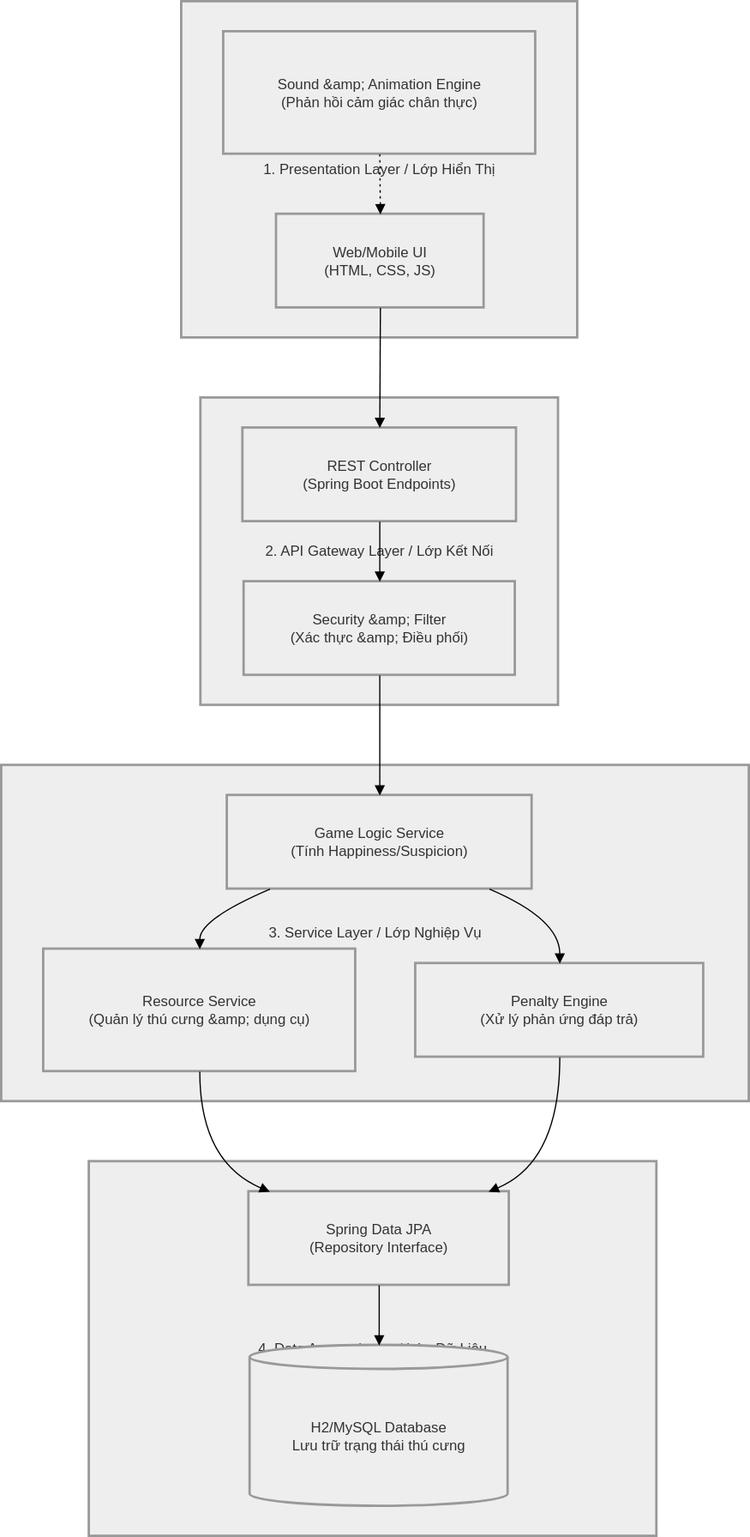
Ngan22130178/NMCongNghePhanMem_Bai2_PhatTrienPhanMem keeps this draw.io diagram as doc/SoDoKienTruc.drawio.svg. Above is the earlier version. Source tidied: cells renumbered, new cells last; positions are measured from the earlier drawing's top-left corner, leaving out a move shared by most shapes.
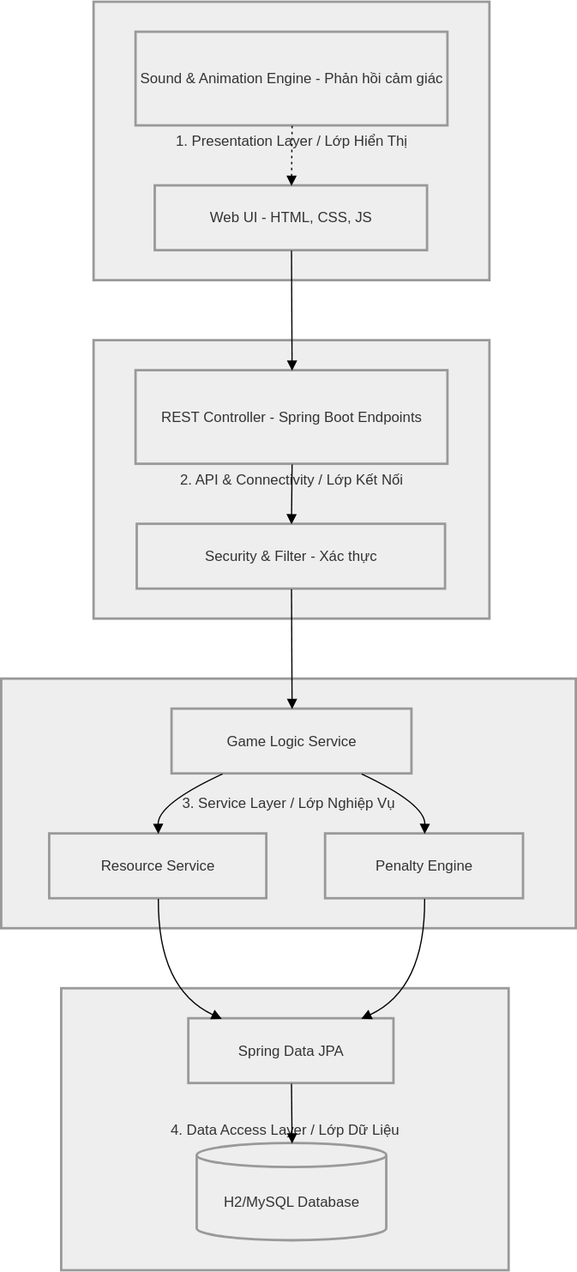
After the change.

Diff of the diagram source:
```diff
@@ -3,86 +3,86 @@
     <mxCell id="0" />
     <mxCell id="1" parent="0" />
     <mxCell id="2" value="4. Data Access Layer / Lớp Dữ Liệu" style="whiteSpace=wrap;strokeWidth=2;fillColor=light-dark(#eeeeee,#1f2020);strokeColor=light-dark(#999999,#cccccc);fontColor=light-dark(#333333,#cccccc);" parent="1" vertex="1">
-      <mxGeometry x="73" y="966" width="473" height="312" as="geometry" />
+      <mxGeometry x="50" y="822" width="373" height="235" as="geometry" />
     </mxCell>
     <mxCell id="3" value="3. Service Layer / Lớp Nghiệp Vụ" style="whiteSpace=wrap;strokeWidth=2;fillColor=light-dark(#eeeeee,#1f2020);strokeColor=light-dark(#999999,#cccccc);fontColor=light-dark(#333333,#cccccc);" parent="1" vertex="1">
-      <mxGeometry y="636" width="623" height="280" as="geometry" />
+      <mxGeometry y="564" width="479" height="208" as="geometry" />
     </mxCell>
-    <mxCell id="4" value="2. API Gateway Layer / Lớp Kết Nối" style="whiteSpace=wrap;strokeWidth=2;fillColor=light-dark(#eeeeee,#1f2020);strokeColor=light-dark(#999999,#cccccc);fontColor=light-dark(#333333,#cccccc);" parent="1" vertex="1">
-      <mxGeometry x="166" y="330" width="298" height="256" as="geometry" />
-    </mxCell>
+    <mxCell id="24" value="2. API &amp; Connectivity / Lớp Kết Nối" style="whiteSpace=wrap;strokeWidth=2;fillColor=light-dark(#eeeeee,#1f2020);strokeColor=light-dark(#999999,#cccccc);fontColor=light-dark(#333333,#cccccc);" parent="1" vertex="1">
+      <mxGeometry x="77" y="282" width="330" height="232" as="geometry" />
+    </mxCell>
     <mxCell id="5" value="1. Presentation Layer / Lớp Hiển Thị" style="whiteSpace=wrap;strokeWidth=2;fillColor=light-dark(#eeeeee,#1f2020);strokeColor=light-dark(#999999,#cccccc);fontColor=light-dark(#333333,#cccccc);" parent="1" vertex="1">
-      <mxGeometry x="150" width="330" height="280" as="geometry" />
+      <mxGeometry x="77" width="330" height="232" as="geometry" />
     </mxCell>
-    <mxCell id="6" value="Web/Mobile UI&#10;(HTML, CSS, JS)" style="whiteSpace=wrap;strokeWidth=2;fillColor=light-dark(#eeeeee,#1f2020);strokeColor=light-dark(#999999,#cccccc);fontColor=light-dark(#333333,#cccccc);" parent="1" vertex="1">
-      <mxGeometry x="229" y="177" width="173" height="78" as="geometry" />
-    </mxCell>
-    <mxCell id="7" value="Sound &amp;amp; Animation Engine&#10;(Phản hồi cảm giác chân thực)" style="whiteSpace=wrap;strokeWidth=2;fillColor=light-dark(#eeeeee,#1f2020);strokeColor=light-dark(#999999,#cccccc);fontColor=light-dark(#333333,#cccccc);" parent="1" vertex="1">
-      <mxGeometry x="185" y="25" width="260" height="102" as="geometry" />
-    </mxCell>
-    <mxCell id="8" value="REST Controller&#10;(Spring Boot Endpoints)" style="whiteSpace=wrap;strokeWidth=2;fillColor=light-dark(#eeeeee,#1f2020);strokeColor=light-dark(#999999,#cccccc);fontColor=light-dark(#333333,#cccccc);" parent="1" vertex="1">
-      <mxGeometry x="201" y="355" width="228" height="78" as="geometry" />
-    </mxCell>
-    <mxCell id="9" value="Security &amp;amp; Filter&#10;(Xác thực &amp;amp; Điều phối)" style="whiteSpace=wrap;strokeWidth=2;fillColor=light-dark(#eeeeee,#1f2020);strokeColor=light-dark(#999999,#cccccc);fontColor=light-dark(#333333,#cccccc);" parent="1" vertex="1">
-      <mxGeometry x="202" y="483" width="226" height="78" as="geometry" />
-    </mxCell>
-    <mxCell id="10" value="Game Logic Service&#10;(Tính Happiness/Suspicion)" style="whiteSpace=wrap;strokeWidth=2;fillColor=light-dark(#eeeeee,#1f2020);strokeColor=light-dark(#999999,#cccccc);fontColor=light-dark(#333333,#cccccc);" parent="1" vertex="1">
-      <mxGeometry x="188" y="661" width="254" height="78" as="geometry" />
-    </mxCell>
-    <mxCell id="11" value="Penalty Engine&#10;(Xử lý phản ứng đáp trả)" style="whiteSpace=wrap;strokeWidth=2;fillColor=light-dark(#eeeeee,#1f2020);strokeColor=light-dark(#999999,#cccccc);fontColor=light-dark(#333333,#cccccc);" parent="1" vertex="1">
-      <mxGeometry x="345" y="801" width="240" height="78" as="geometry" />
-    </mxCell>
-    <mxCell id="12" value="Resource Service&#10;(Quản lý thú cưng &amp;amp; dụng cụ)" style="whiteSpace=wrap;strokeWidth=2;fillColor=light-dark(#eeeeee,#1f2020);strokeColor=light-dark(#999999,#cccccc);fontColor=light-dark(#333333,#cccccc);" parent="1" vertex="1">
-      <mxGeometry x="35" y="789" width="260" height="102" as="geometry" />
-    </mxCell>
-    <mxCell id="13" value="Spring Data JPA&#10;(Repository Interface)" style="whiteSpace=wrap;strokeWidth=2;fillColor=light-dark(#eeeeee,#1f2020);strokeColor=light-dark(#999999,#cccccc);fontColor=light-dark(#333333,#cccccc);" parent="1" vertex="1">
-      <mxGeometry x="206" y="991" width="217" height="78" as="geometry" />
-    </mxCell>
-    <mxCell id="14" value="H2/MySQL Database&#10;Lưu trữ trạng thái thú cưng" style="shape=cylinder3;boundedLbl=1;backgroundOutline=1;size=10;strokeWidth=2;whiteSpace=wrap;fillColor=light-dark(#eeeeee,#1f2020);strokeColor=light-dark(#999999,#cccccc);fontColor=light-dark(#333333,#cccccc);" parent="1" vertex="1">
-      <mxGeometry x="207" y="1119" width="215" height="134" as="geometry" />
-    </mxCell>
-    <mxCell id="15" style="curved=1;startArrow=none;endArrow=block;exitX=0.5;exitY=1;entryX=0.5;entryY=0;rounded=0;" parent="1" edge="1" source="6" target="8">
-      <mxGeometry relative="1" as="geometry" />
-    </mxCell>
-    <mxCell id="16" style="curved=1;dashed=1;dashPattern=2 3;startArrow=none;endArrow=block;exitX=0.5;exitY=1;entryX=0.5;entryY=0;rounded=0;" parent="1" edge="1" source="7" target="6">
-      <mxGeometry relative="1" as="geometry" />
-    </mxCell>
-    <mxCell id="17" style="curved=1;startArrow=none;endArrow=block;exitX=0.5;exitY=1;entryX=0.5;entryY=0;rounded=0;" parent="1" edge="1" source="8" target="9">
-      <mxGeometry relative="1" as="geometry" />
-    </mxCell>
-    <mxCell id="18" style="curved=1;startArrow=none;endArrow=block;exitX=0.5;exitY=1;entryX=0.5;entryY=0;rounded=0;" parent="1" edge="1" source="9" target="10">
-      <mxGeometry relative="1" as="geometry" />
-    </mxCell>
-    <mxCell id="19" style="curved=1;startArrow=none;endArrow=block;exitX=0.14;exitY=1;entryX=0.5;entryY=0;rounded=0;" parent="1" edge="1" source="10" target="12">
-      <mxGeometry relative="1" as="geometry">
-        <Array as="points">
-          <mxPoint x="165" y="764" />
-        </Array>
-      </mxGeometry>
-    </mxCell>
-    <mxCell id="20" style="curved=1;startArrow=none;endArrow=block;exitX=0.86;exitY=1;entryX=0.5;entryY=0;rounded=0;" parent="1" edge="1" source="10" target="11">
-      <mxGeometry relative="1" as="geometry">
-        <Array as="points">
-          <mxPoint x="465" y="764" />
-        </Array>
-      </mxGeometry>
-    </mxCell>
-    <mxCell id="21" style="curved=1;startArrow=none;endArrow=block;exitX=0.5;exitY=1;entryX=0.08;entryY=0;rounded=0;" parent="1" edge="1" source="12" target="13">
-      <mxGeometry relative="1" as="geometry">
-        <Array as="points">
-          <mxPoint x="165" y="966" />
-        </Array>
-      </mxGeometry>
-    </mxCell>
-    <mxCell id="22" style="curved=1;startArrow=none;endArrow=block;exitX=0.5;exitY=1;entryX=0.92;entryY=0;rounded=0;" parent="1" edge="1" source="11" target="13">
-      <mxGeometry relative="1" as="geometry">
-        <Array as="points">
-          <mxPoint x="465" y="966" />
-        </Array>
-      </mxGeometry>
-    </mxCell>
-    <mxCell id="23" style="curved=1;startArrow=none;endArrow=block;exitX=0.5;exitY=1;entryX=0.5;entryY=0;rounded=0;" parent="1" edge="1" source="13" target="14">
-      <mxGeometry relative="1" as="geometry" />
-    </mxCell>
+    <mxCell id="25" value="Web UI - HTML, CSS, JS" style="whiteSpace=wrap;strokeWidth=2;fillColor=light-dark(#eeeeee,#1f2020);strokeColor=light-dark(#999999,#cccccc);fontColor=light-dark(#333333,#cccccc);" parent="1" vertex="1">
+      <mxGeometry x="128" y="153" width="227" height="54" as="geometry" />
+    </mxCell>
+    <mxCell id="26" value="Sound &amp; Animation Engine - Phản hồi cảm giác" style="whiteSpace=wrap;strokeWidth=2;fillColor=light-dark(#eeeeee,#1f2020);strokeColor=light-dark(#999999,#cccccc);fontColor=light-dark(#333333,#cccccc);" parent="1" vertex="1">
+      <mxGeometry x="112" y="25" width="260" height="78" as="geometry" />
+    </mxCell>
+    <mxCell id="27" value="REST Controller - Spring Boot Endpoints" style="whiteSpace=wrap;strokeWidth=2;fillColor=light-dark(#eeeeee,#1f2020);strokeColor=light-dark(#999999,#cccccc);fontColor=light-dark(#333333,#cccccc);" parent="1" vertex="1">
+      <mxGeometry x="112" y="307" width="260" height="78" as="geometry" />
+    </mxCell>
+    <mxCell id="28" value="Security &amp; Filter - Xác thực" style="whiteSpace=wrap;strokeWidth=2;fillColor=light-dark(#eeeeee,#1f2020);strokeColor=light-dark(#999999,#cccccc);fontColor=light-dark(#333333,#cccccc);" parent="1" vertex="1">
+      <mxGeometry x="113" y="435" width="257" height="54" as="geometry" />
+    </mxCell>
+    <mxCell id="29" value="Game Logic Service" style="whiteSpace=wrap;strokeWidth=2;fillColor=light-dark(#eeeeee,#1f2020);strokeColor=light-dark(#999999,#cccccc);fontColor=light-dark(#333333,#cccccc);" parent="1" vertex="1">
+      <mxGeometry x="142" y="589" width="200" height="54" as="geometry" />
+    </mxCell>
+    <mxCell id="30" value="Penalty Engine" style="whiteSpace=wrap;strokeWidth=2;fillColor=light-dark(#eeeeee,#1f2020);strokeColor=light-dark(#999999,#cccccc);fontColor=light-dark(#333333,#cccccc);" parent="1" vertex="1">
+      <mxGeometry x="270" y="693" width="165" height="54" as="geometry" />
+    </mxCell>
+    <mxCell id="31" value="Resource Service" style="whiteSpace=wrap;strokeWidth=2;fillColor=light-dark(#eeeeee,#1f2020);strokeColor=light-dark(#999999,#cccccc);fontColor=light-dark(#333333,#cccccc);" parent="1" vertex="1">
+      <mxGeometry x="40" y="693" width="181" height="54" as="geometry" />
+    </mxCell>
+    <mxCell id="32" value="Spring Data JPA" style="whiteSpace=wrap;strokeWidth=2;fillColor=light-dark(#eeeeee,#1f2020);strokeColor=light-dark(#999999,#cccccc);fontColor=light-dark(#333333,#cccccc);" parent="1" vertex="1">
+      <mxGeometry x="156" y="847" width="171" height="54" as="geometry" />
+    </mxCell>
+    <mxCell id="33" value="H2/MySQL Database" style="shape=cylinder3;boundedLbl=1;backgroundOutline=1;size=10;strokeWidth=2;whiteSpace=wrap;fillColor=light-dark(#eeeeee,#1f2020);strokeColor=light-dark(#999999,#cccccc);fontColor=light-dark(#333333,#cccccc);" parent="1" vertex="1">
+      <mxGeometry x="163" y="951" width="158" height="81" as="geometry" />
+    </mxCell>
+    <mxCell id="34" style="curved=1;startArrow=none;endArrow=block;exitX=0.5;exitY=1;entryX=0.5;entryY=0;rounded=0;" parent="1" edge="1" source="25" target="27">
+      <mxGeometry relative="1" as="geometry" />
+    </mxCell>
+    <mxCell id="35" style="curved=1;dashed=1;dashPattern=2 3;startArrow=none;endArrow=block;exitX=0.5;exitY=1;entryX=0.5;entryY=0;rounded=0;" parent="1" edge="1" source="26" target="25">
+      <mxGeometry relative="1" as="geometry" />
+    </mxCell>
+    <mxCell id="36" style="curved=1;startArrow=none;endArrow=block;exitX=0.5;exitY=1;entryX=0.5;entryY=0;rounded=0;" parent="1" edge="1" source="27" target="28">
+      <mxGeometry relative="1" as="geometry" />
+    </mxCell>
+    <mxCell id="37" style="curved=1;startArrow=none;endArrow=block;exitX=0.5;exitY=1;entryX=0.5;entryY=0;rounded=0;" parent="1" edge="1" source="28" target="29">
+      <mxGeometry relative="1" as="geometry" />
+    </mxCell>
+    <mxCell id="38" style="curved=1;startArrow=none;endArrow=block;exitX=0.21;exitY=1;entryX=0.5;entryY=0;rounded=0;" parent="1" edge="1" source="29" target="31">
+      <mxGeometry relative="1" as="geometry">
+        <Array as="points">
+          <mxPoint x="130" y="668" />
+        </Array>
+      </mxGeometry>
+    </mxCell>
+    <mxCell id="39" style="curved=1;startArrow=none;endArrow=block;exitX=0.79;exitY=1;entryX=0.5;entryY=0;rounded=0;" parent="1" edge="1" source="29" target="30">
+      <mxGeometry relative="1" as="geometry">
+        <Array as="points">
+          <mxPoint x="353" y="668" />
+        </Array>
+      </mxGeometry>
+    </mxCell>
+    <mxCell id="40" style="curved=1;startArrow=none;endArrow=block;exitX=0.5;exitY=1;entryX=0.16;entryY=0;rounded=0;" parent="1" edge="1" source="31" target="32">
+      <mxGeometry relative="1" as="geometry">
+        <Array as="points">
+          <mxPoint x="130" y="822" />
+        </Array>
+      </mxGeometry>
+    </mxCell>
+    <mxCell id="41" style="curved=1;startArrow=none;endArrow=block;exitX=0.5;exitY=1;entryX=0.84;entryY=0;rounded=0;" parent="1" edge="1" source="30" target="32">
+      <mxGeometry relative="1" as="geometry">
+        <Array as="points">
+          <mxPoint x="353" y="822" />
+        </Array>
+      </mxGeometry>
+    </mxCell>
+    <mxCell id="42" style="curved=1;startArrow=none;endArrow=block;exitX=0.5;exitY=1;entryX=0.5;entryY=0;rounded=0;" parent="1" edge="1" source="32" target="33">
+      <mxGeometry relative="1" as="geometry" />
+    </mxCell>
   </root>
 </mxGraphModel>
```
